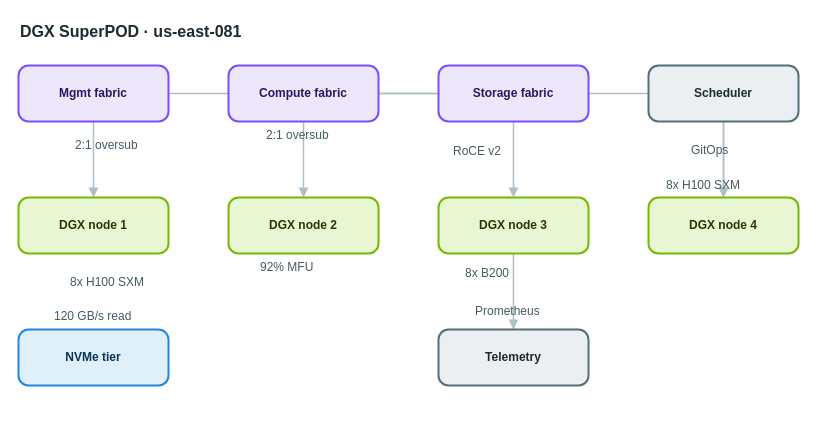
Earlier version of the draw.io diagram apps/web/public/samples/library/081-dgx-superpod.drawio (AryanG01/open-apprentice). Source tidied: cells renumbered, new cells numbered last; positions are measured from the earlier drawing's top-left corner, leaving out a move shared by most shapes. Both pictures are drawn from the tidied source at 100%, with x=0, y=0 at pixel (18, 17).
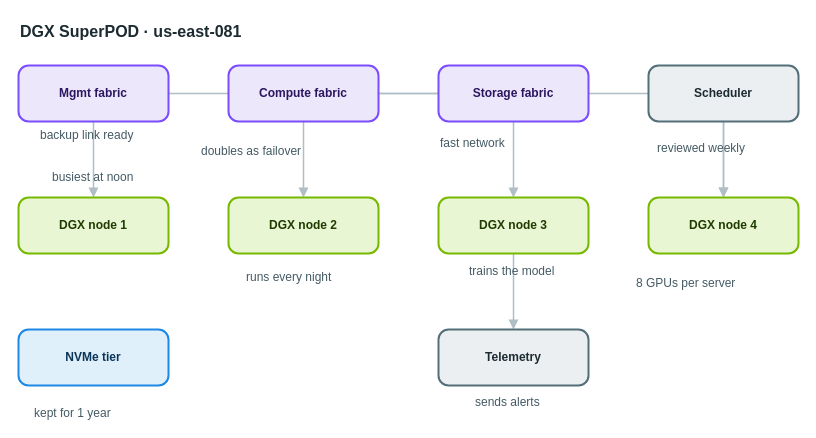
The same page after the edit.

Change to the diagram source:
```diff
@@
-    <mxCell id="19" value="2:1 oversub" style="text;html=1;align=left;verticalAlign=top;whiteSpace=nowrap;spacing=0;spacingTop=0;strokeColor=none;fillColor=none;fontSize=12;fontColor=#455a64;" parent="1" vertex="1">
-      <mxGeometry x="57" y="116" width="89" height="20" as="geometry" />
+    <mxCell id="19" value="backup link ready" style="text;html=1;align=left;verticalAlign=top;whiteSpace=nowrap;spacing=0;spacingTop=0;strokeColor=none;fillColor=none;fontSize=12;fontColor=#455a64;" parent="1" vertex="1">
+      <mxGeometry x="22" y="106" width="131" height="20" as="geometry" />
     </mxCell>
-    <mxCell id="20" value="2:1 oversub" style="text;html=1;align=left;verticalAlign=top;whiteSpace=nowrap;spacing=0;spacingTop=0;strokeColor=none;fillColor=none;fontSize=12;fontColor=#455a64;" parent="1" vertex="1">
-      <mxGeometry x="248" y="106" width="89" height="20" as="geometry" />
+    <mxCell id="20" value="doubles as failover" style="text;html=1;align=left;verticalAlign=top;whiteSpace=nowrap;spacing=0;spacingTop=0;strokeColor=none;fillColor=none;fontSize=12;fontColor=#455a64;" parent="1" vertex="1">
+      <mxGeometry x="183" y="122" width="145" height="20" as="geometry" />
     </mxCell>
-    <mxCell id="21" value="RoCE v2" style="text;html=1;align=left;verticalAlign=top;whiteSpace=nowrap;spacing=0;spacingTop=0;strokeColor=none;fillColor=none;fontSize=12;fontColor=#455a64;" parent="1" vertex="1">
-      <mxGeometry x="435" y="122" width="61" height="20" as="geometry" />
+    <mxCell id="21" value="fast network" style="text;html=1;align=left;verticalAlign=top;whiteSpace=nowrap;spacing=0;spacingTop=0;strokeColor=none;fillColor=none;fontSize=12;fontColor=#455a64;" parent="1" vertex="1">
+      <mxGeometry x="422" y="114" width="96" height="20" as="geometry" />
     </mxCell>
-    <mxCell id="22" value="8x H100 SXM" style="text;html=1;align=left;verticalAlign=top;whiteSpace=nowrap;spacing=0;spacingTop=0;strokeColor=none;fillColor=none;fontSize=12;fontColor=#455a64;" parent="1" vertex="1">
-      <mxGeometry x="52" y="253" width="89" height="20" as="geometry" />
+    <mxCell id="22" value="busiest at noon" style="text;html=1;align=left;verticalAlign=top;whiteSpace=nowrap;spacing=0;spacingTop=0;strokeColor=none;fillColor=none;fontSize=12;fontColor=#455a64;" parent="1" vertex="1">
+      <mxGeometry x="34" y="148" width="117" height="20" as="geometry" />
     </mxCell>
-    <mxCell id="23" value="92% MFU" style="text;html=1;align=left;verticalAlign=top;whiteSpace=nowrap;spacing=0;spacingTop=0;strokeColor=none;fillColor=none;fontSize=12;fontColor=#455a64;" parent="1" vertex="1">
-      <mxGeometry x="242" y="238" width="61" height="20" as="geometry" />
+    <mxCell id="23" value="runs every night" style="text;html=1;align=left;verticalAlign=top;whiteSpace=nowrap;spacing=0;spacingTop=0;strokeColor=none;fillColor=none;fontSize=12;fontColor=#455a64;" parent="1" vertex="1">
+      <mxGeometry x="228" y="248" width="124" height="20" as="geometry" />
     </mxCell>
-    <mxCell id="24" value="8x B200" style="text;html=1;align=left;verticalAlign=top;whiteSpace=nowrap;spacing=0;spacingTop=0;strokeColor=none;fillColor=none;fontSize=12;fontColor=#455a64;" parent="1" vertex="1">
-      <mxGeometry x="447" y="244" width="61" height="20" as="geometry" />
+    <mxCell id="24" value="trains the model" style="text;html=1;align=left;verticalAlign=top;whiteSpace=nowrap;spacing=0;spacingTop=0;strokeColor=none;fillColor=none;fontSize=12;fontColor=#455a64;" parent="1" vertex="1">
+      <mxGeometry x="451" y="242" width="124" height="20" as="geometry" />
     </mxCell>
-    <mxCell id="25" value="8x H100 SXM" style="text;html=1;align=left;verticalAlign=top;whiteSpace=nowrap;spacing=0;spacingTop=0;strokeColor=none;fillColor=none;fontSize=12;fontColor=#455a64;" parent="1" vertex="1">
-      <mxGeometry x="648" y="156" width="89" height="20" as="geometry" />
+    <mxCell id="25" value="8 GPUs per server" style="text;html=1;align=left;verticalAlign=top;whiteSpace=nowrap;spacing=0;spacingTop=0;strokeColor=none;fillColor=none;fontSize=12;fontColor=#455a64;" parent="1" vertex="1">
+      <mxGeometry x="618" y="254" width="131" height="20" as="geometry" />
     </mxCell>
-    <mxCell id="26" value="120 GB/s read" style="text;html=1;align=left;verticalAlign=top;whiteSpace=nowrap;spacing=0;spacingTop=0;strokeColor=none;fillColor=none;fontSize=12;fontColor=#455a64;" parent="1" vertex="1">
-      <mxGeometry x="36" y="287" width="103" height="20" as="geometry" />
+    <mxCell id="26" value="kept for 1 year" style="text;html=1;align=left;verticalAlign=top;whiteSpace=nowrap;spacing=0;spacingTop=0;strokeColor=none;fillColor=none;fontSize=12;fontColor=#455a64;" parent="1" vertex="1">
+      <mxGeometry x="16" y="384" width="117" height="20" as="geometry" />
     </mxCell>
-    <mxCell id="27" value="GitOps" style="text;html=1;align=left;verticalAlign=top;whiteSpace=nowrap;spacing=0;spacingTop=0;strokeColor=none;fillColor=none;fontSize=12;fontColor=#455a64;" parent="1" vertex="1">
-      <mxGeometry x="673" y="121" width="54" height="20" as="geometry" />
+    <mxCell id="27" value="reviewed weekly" style="text;html=1;align=left;verticalAlign=top;whiteSpace=nowrap;spacing=0;spacingTop=0;strokeColor=none;fillColor=none;fontSize=12;fontColor=#455a64;" parent="1" vertex="1">
+      <mxGeometry x="639" y="119" width="117" height="20" as="geometry" />
     </mxCell>
-    <mxCell id="28" value="Prometheus" style="text;html=1;align=left;verticalAlign=top;whiteSpace=nowrap;spacing=0;spacingTop=0;strokeColor=none;fillColor=none;fontSize=12;fontColor=#455a64;" parent="1" vertex="1">
-      <mxGeometry x="457" y="282" width="82" height="20" as="geometry" />
+    <mxCell id="28" value="sends alerts" style="text;html=1;align=left;verticalAlign=top;whiteSpace=nowrap;spacing=0;spacingTop=0;strokeColor=none;fillColor=none;fontSize=12;fontColor=#455a64;" parent="1" vertex="1">
+      <mxGeometry x="457" y="373" width="96" height="20" as="geometry" />
     </mxCell>
```
